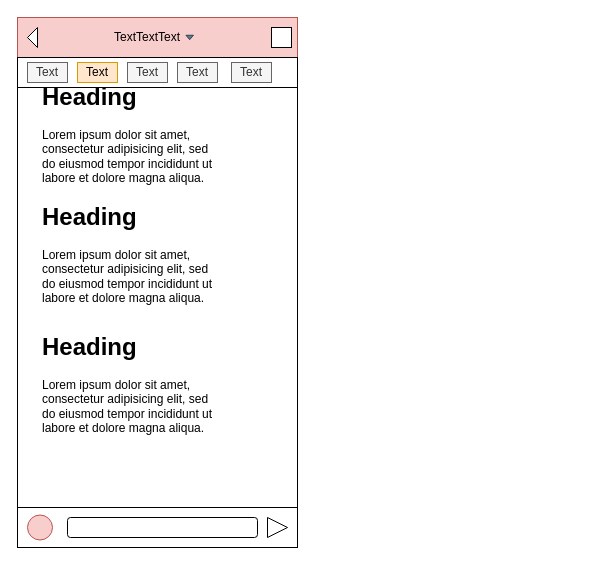
underbayan/Roman-workshop keeps this draw.io diagram as note/news_panel.drawio. Above is the earlier version. Source tidied: cells renumbered, new cells numbered last; positions are measured from the earlier drawing's top-left corner, leaving out a move shared by most shapes. Both pictures are drawn from the tidied source at 100%, with x=0, y=0 at pixel (17, 17).
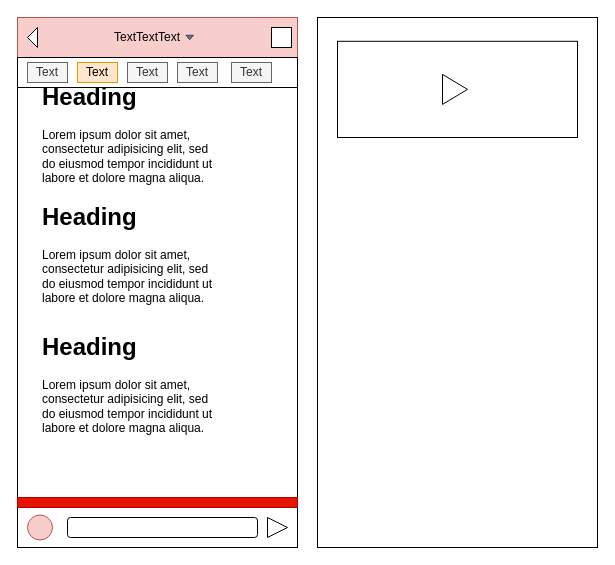
The same diagram, later.

Change to the diagram source:
```diff
@@
+    <mxCell id="21" style="rounded=0;whiteSpace=wrap;html=1;fillColor=#e51400;strokeColor=#B20000;fontColor=#ffffff;" parent="1" vertex="1">
+      <mxGeometry y="480" width="280" height="10" as="geometry" />
+    </mxCell>
+    <mxCell id="22" style="rounded=0;whiteSpace=wrap;html=1;" parent="1" vertex="1">
+      <mxGeometry x="300" width="280" height="530" as="geometry" />
+    </mxCell>
+    <mxCell id="23" style="rounded=0;whiteSpace=wrap;html=1;" parent="1" vertex="1">
+      <mxGeometry x="320" y="23.8" width="240" height="96.2" as="geometry" />
+    </mxCell>
+    <mxCell id="24" style="triangle;whiteSpace=wrap;html=1;" parent="1" vertex="1">
+      <mxGeometry x="425" y="56.9" width="25" height="30" as="geometry" />
+    </mxCell>
```
